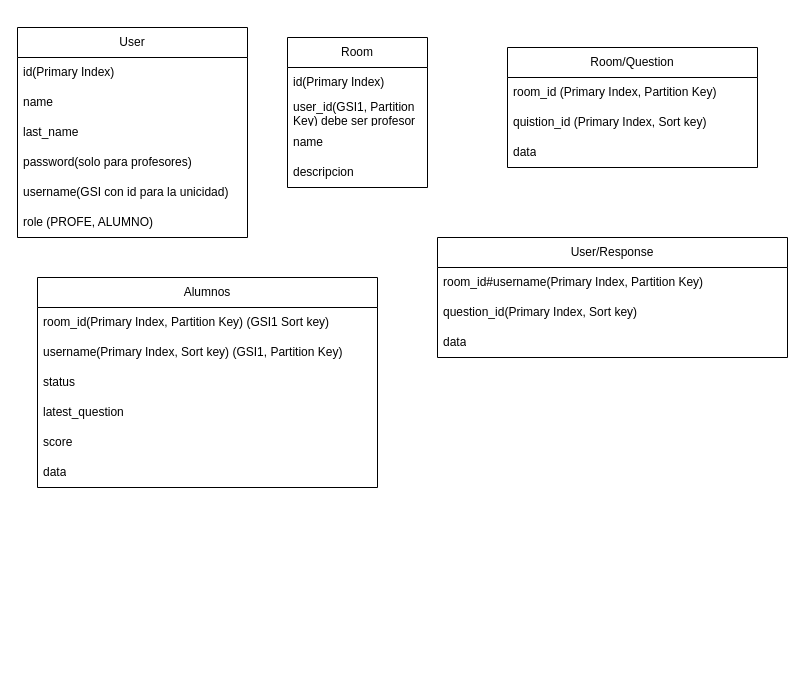
jhimyj/Aula360 keeps this draw.io diagram as page "Página-3" (4 of 5) of archivos_extras/ArquitecturaBack.drawio. Above is the earlier version. Source tidied: cells renumbered, new cells numbered last; positions are measured from the earlier drawing's top-left corner, leaving out a move shared by most shapes. Both pictures are drawn from the tidied source at 100%, with x=0, y=0 at pixel (17, 27).
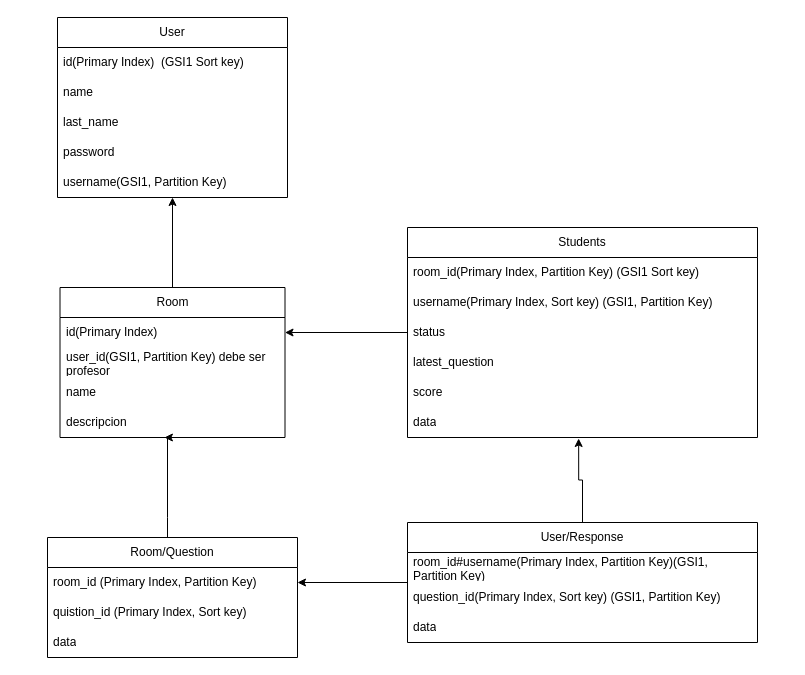
The same page after the edit.

What changed in the source:
```diff
@@
     <mxCell id="2" value="User" style="swimlane;fontStyle=0;horizontal=1;startSize=30;whiteSpace=wrap;html=1;" parent="1" vertex="1">
-      <mxGeometry width="230" height="210" as="geometry" />
+      <mxGeometry x="40" y="-10" width="230" height="180" as="geometry" />
     </mxCell>
-    <mxCell id="3" value="id(Primary Index)&amp;nbsp;" style="text;strokeColor=none;fillColor=none;align=left;verticalAlign=middle;spacingLeft=4;spacingRight=4;overflow=hidden;whiteSpace=wrap;html=1;" parent="2" vertex="1">
+    <mxCell id="3" value="id(Primary Index)&amp;nbsp;&amp;nbsp;(GSI1 Sort key)" style="text;strokeColor=none;fillColor=none;align=left;verticalAlign=middle;spacingLeft=4;spacingRight=4;overflow=hidden;whiteSpace=wrap;html=1;" parent="2" vertex="1">
       <mxGeometry y="30" width="230" height="30" as="geometry" />
     </mxCell>
@@
-    <mxCell id="6" value="password(solo para profesores)" style="text;strokeColor=none;fillColor=none;align=left;verticalAlign=middle;spacingLeft=4;spacingRight=4;overflow=hidden;whiteSpace=wrap;html=1;" parent="2" vertex="1">
+    <mxCell id="6" value="password" style="text;strokeColor=none;fillColor=none;align=left;verticalAlign=middle;spacingLeft=4;spacingRight=4;overflow=hidden;whiteSpace=wrap;html=1;" parent="2" vertex="1">
       <mxGeometry y="120" width="230" height="30" as="geometry" />
     </mxCell>
-    <mxCell id="7" value="username(GSI con id para la unicidad)" style="text;strokeColor=none;fillColor=none;align=left;verticalAlign=middle;spacingLeft=4;spacingRight=4;overflow=hidden;points=[[0,0.5],[1,0.5]];portConstraint=eastwest;whiteSpace=wrap;html=1;" parent="2" vertex="1">
+    <mxCell id="7" value="username(GSI1, Partition Key)" style="text;strokeColor=none;fillColor=none;align=left;verticalAlign=middle;spacingLeft=4;spacingRight=4;overflow=hidden;points=[[0,0.5],[1,0.5]];portConstraint=eastwest;whiteSpace=wrap;html=1;" parent="2" vertex="1">
       <mxGeometry y="150" width="230" height="30" as="geometry" />
     </mxCell>
-    <mxCell id="8" value="role (PROFE, ALUMNO)" style="text;strokeColor=none;fillColor=none;align=left;verticalAlign=middle;spacingLeft=4;spacingRight=4;overflow=hidden;whiteSpace=wrap;html=1;" parent="2" vertex="1">
-      <mxGeometry y="180" width="230" height="30" as="geometry" />
-    </mxCell>
     <mxCell id="9" value="Room" style="swimlane;fontStyle=0;horizontal=1;startSize=30;whiteSpace=wrap;html=1;" parent="1" vertex="1">
-      <mxGeometry x="270" y="10" width="140" height="150" as="geometry" />
+      <mxGeometry x="42.5" y="260" width="225" height="150" as="geometry" />
     </mxCell>
     <mxCell id="10" value="id(Primary Index)&amp;nbsp;" style="text;strokeColor=none;fillColor=none;align=left;verticalAlign=middle;spacingLeft=4;spacingRight=4;overflow=hidden;points=[[0,0.5],[1,0.5]];portConstraint=eastwest;whiteSpace=wrap;html=1;" parent="9" vertex="1">
-      <mxGeometry y="30" width="140" height="30" as="geometry" />
+      <mxGeometry y="30" width="225" height="30" as="geometry" />
     </mxCell>
     <mxCell id="11" value="user_id(GSI1, Partition Key) debe ser profesor" style="text;strokeColor=none;fillColor=none;align=left;verticalAlign=middle;spacingLeft=4;spacingRight=4;overflow=hidden;whiteSpace=wrap;html=1;" parent="9" vertex="1">
-      <mxGeometry y="60" width="140" height="30" as="geometry" />
+      <mxGeometry y="60" width="225" height="30" as="geometry" />
     </mxCell>
     <mxCell id="12" value="name" style="text;strokeColor=none;fillColor=none;align=left;verticalAlign=middle;spacingLeft=4;spacingRight=4;overflow=hidden;whiteSpace=wrap;html=1;" parent="9" vertex="1">
-      <mxGeometry y="90" width="140" height="30" as="geometry" />
+      <mxGeometry y="90" width="225" height="30" as="geometry" />
     </mxCell>
     <mxCell id="13" value="descripcion" style="text;strokeColor=none;fillColor=none;align=left;verticalAlign=middle;spacingLeft=4;spacingRight=4;overflow=hidden;points=[[0,0.5],[1,0.5]];portConstraint=eastwest;whiteSpace=wrap;html=1;" parent="9" vertex="1">
-      <mxGeometry y="120" width="140" height="30" as="geometry" />
+      <mxGeometry y="120" width="225" height="30" as="geometry" />
     </mxCell>
+    <mxCell id="21" value="Room/Question" style="swimlane;fontStyle=0;horizontal=1;startSize=30;whiteSpace=wrap;html=1;" parent="1" vertex="1">
+      <mxGeometry x="30" y="510" width="250" height="120" as="geometry" />
+    </mxCell>
+    <mxCell id="22" value="room_id (Primary Index, Partition Key)" style="text;strokeColor=none;fillColor=none;align=left;verticalAlign=middle;spacingLeft=4;spacingRight=4;overflow=hidden;points=[[0,0.5],[1,0.5]];portConstraint=eastwest;whiteSpace=wrap;html=1;" parent="21" vertex="1">
+      <mxGeometry y="30" width="250" height="30" as="geometry" />
+    </mxCell>
+    <mxCell id="23" value="quistion_id (Primary Index, Sort key)" style="text;strokeColor=none;fillColor=none;align=left;verticalAlign=middle;spacingLeft=4;spacingRight=4;overflow=hidden;whiteSpace=wrap;html=1;" parent="21" vertex="1">
+      <mxGeometry y="60" width="250" height="30" as="geometry" />
+    </mxCell>
+    <mxCell id="24" value="data" style="text;strokeColor=none;fillColor=none;align=left;verticalAlign=middle;spacingLeft=4;spacingRight=4;overflow=hidden;whiteSpace=wrap;html=1;" parent="21" vertex="1">
+      <mxGeometry y="90" width="250" height="30" as="geometry" />
+    </mxCell>
+    <mxCell id="29" style="edgeStyle=orthogonalEdgeStyle;rounded=0;jettySize=auto;html=1;entryX=1;entryY=0.5;entryDx=0;entryDy=0;" parent="1" edge="1" source="25" target="22">
+      <mxGeometry relative="1" as="geometry" />
+    </mxCell>
+    <mxCell id="25" value="User/Response" style="swimlane;fontStyle=0;horizontal=1;startSize=30;whiteSpace=wrap;html=1;" parent="1" vertex="1">
+      <mxGeometry x="390" y="495" width="350" height="120" as="geometry" />
+    </mxCell>
+    <mxCell id="26" value="room_id#username(Primary Index, Partition Key)(GSI1, Partition Key)" style="text;strokeColor=none;fillColor=none;align=left;verticalAlign=middle;spacingLeft=4;spacingRight=4;overflow=hidden;whiteSpace=wrap;html=1;" parent="25" vertex="1">
+      <mxGeometry y="30" width="350" height="30" as="geometry" />
+    </mxCell>
+    <mxCell id="27" value="question_id(Primary Index, Sort key) (GSI1, Partition Key)" style="text;strokeColor=none;fillColor=none;align=left;verticalAlign=middle;spacingLeft=4;spacingRight=4;overflow=hidden;whiteSpace=wrap;html=1;" parent="25" vertex="1">
+      <mxGeometry y="60" width="350" height="30" as="geometry" />
+    </mxCell>
+    <mxCell id="28" value="data" style="text;strokeColor=none;fillColor=none;align=left;verticalAlign=middle;spacingLeft=4;spacingRight=4;overflow=hidden;whiteSpace=wrap;html=1;" parent="25" vertex="1">
+      <mxGeometry y="90" width="350" height="30" as="geometry" />
+    </mxCell>
+    <mxCell id="30" style="edgeStyle=orthogonalEdgeStyle;rounded=0;jettySize=auto;html=1;entryX=0.5;entryY=1;entryDx=0;entryDy=0;entryPerimeter=0;" parent="1" edge="1" source="9" target="7">
+      <mxGeometry relative="1" as="geometry" />
+    </mxCell>
+    <mxCell id="31" style="edgeStyle=orthogonalEdgeStyle;rounded=0;jettySize=auto;html=1;entryX=1;entryY=0.5;entryDx=0;entryDy=0;" parent="1" edge="1" source="14" target="10">
+      <mxGeometry relative="1" as="geometry" />
+    </mxCell>
-    <mxCell id="14" value="Alumnos" style="swimlane;fontStyle=0;horizontal=1;startSize=30;whiteSpace=wrap;html=1;" parent="1" vertex="1">
-      <mxGeometry x="20" y="250" width="340" height="210" as="geometry" />
+    <mxCell id="14" value="Students" style="swimlane;fontStyle=0;horizontal=1;startSize=30;whiteSpace=wrap;html=1;" parent="1" vertex="1">
+      <mxGeometry x="390" y="200" width="350" height="210" as="geometry" />
     </mxCell>
     <mxCell id="15" value="room_id(Primary Index, Partition Key) (GSI1 Sort key)" style="text;strokeColor=none;fillColor=none;align=left;verticalAlign=middle;spacingLeft=4;spacingRight=4;overflow=hidden;whiteSpace=wrap;html=1;" parent="14" vertex="1">
-      <mxGeometry y="30" width="340" height="30" as="geometry" />
+      <mxGeometry y="30" width="350" height="30" as="geometry" />
     </mxCell>
     <mxCell id="16" value="username(Primary Index, Sort key) (GSI1, Partition Key)" style="text;strokeColor=none;fillColor=none;align=left;verticalAlign=middle;spacingLeft=4;spacingRight=4;overflow=hidden;whiteSpace=wrap;html=1;" parent="14" vertex="1">
-      <mxGeometry y="60" width="340" height="30" as="geometry" />
+      <mxGeometry y="60" width="350" height="30" as="geometry" />
     </mxCell>
     <mxCell id="17" value="status" style="text;strokeColor=none;fillColor=none;align=left;verticalAlign=middle;spacingLeft=4;spacingRight=4;overflow=hidden;whiteSpace=wrap;html=1;" parent="14" vertex="1">
-      <mxGeometry y="90" width="340" height="30" as="geometry" />
+      <mxGeometry y="90" width="350" height="30" as="geometry" />
     </mxCell>
     <mxCell id="18" value="latest_question" style="text;strokeColor=none;fillColor=none;align=left;verticalAlign=middle;spacingLeft=4;spacingRight=4;overflow=hidden;whiteSpace=wrap;html=1;" parent="14" vertex="1">
-      <mxGeometry y="120" width="340" height="30" as="geometry" />
+      <mxGeometry y="120" width="350" height="30" as="geometry" />
     </mxCell>
     <mxCell id="19" value="score" style="text;strokeColor=none;fillColor=none;align=left;verticalAlign=middle;spacingLeft=4;spacingRight=4;overflow=hidden;whiteSpace=wrap;html=1;" parent="14" vertex="1">
-      <mxGeometry y="150" width="340" height="30" as="geometry" />
+      <mxGeometry y="150" width="350" height="30" as="geometry" />
     </mxCell>
     <mxCell id="20" value="data" style="text;strokeColor=none;fillColor=none;align=left;verticalAlign=middle;spacingLeft=4;spacingRight=4;overflow=hidden;points=[[0,0.5],[1,0.5]];portConstraint=eastwest;whiteSpace=wrap;html=1;" parent="14" vertex="1">
-      <mxGeometry y="180" width="340" height="30" as="geometry" />
+      <mxGeometry y="180" width="350" height="30" as="geometry" />
     </mxCell>
-    <mxCell id="21" value="Room/Question" style="swimlane;fontStyle=0;horizontal=1;startSize=30;whiteSpace=wrap;html=1;" parent="1" vertex="1">
-      <mxGeometry x="490" y="20" width="250" height="120" as="geometry" />
-    </mxCell>
-    <mxCell id="22" value="room_id (Primary Index, Partition Key)" style="text;strokeColor=none;fillColor=none;align=left;verticalAlign=middle;spacingLeft=4;spacingRight=4;overflow=hidden;points=[[0,0.5],[1,0.5]];portConstraint=eastwest;whiteSpace=wrap;html=1;" parent="21" vertex="1">
-      <mxGeometry y="30" width="250" height="30" as="geometry" />
-    </mxCell>
-    <mxCell id="23" value="quistion_id (Primary Index, Sort key)" style="text;strokeColor=none;fillColor=none;align=left;verticalAlign=middle;spacingLeft=4;spacingRight=4;overflow=hidden;whiteSpace=wrap;html=1;" parent="21" vertex="1">
-      <mxGeometry y="60" width="250" height="30" as="geometry" />
-    </mxCell>
-    <mxCell id="24" value="data" style="text;strokeColor=none;fillColor=none;align=left;verticalAlign=middle;spacingLeft=4;spacingRight=4;overflow=hidden;whiteSpace=wrap;html=1;" parent="21" vertex="1">
-      <mxGeometry y="90" width="250" height="30" as="geometry" />
-    </mxCell>
-    <mxCell id="25" value="User/Response" style="swimlane;fontStyle=0;horizontal=1;startSize=30;whiteSpace=wrap;html=1;" parent="1" vertex="1">
-      <mxGeometry x="420" y="210" width="350" height="120" as="geometry" />
-    </mxCell>
-    <mxCell id="26" value="room_id#username(Primary Index, Partition Key)" style="text;strokeColor=none;fillColor=none;align=left;verticalAlign=middle;spacingLeft=4;spacingRight=4;overflow=hidden;whiteSpace=wrap;html=1;" parent="25" vertex="1">
-      <mxGeometry y="30" width="350" height="30" as="geometry" />
-    </mxCell>
-    <mxCell id="27" value="question_id(Primary Index, Sort key)" style="text;strokeColor=none;fillColor=none;align=left;verticalAlign=middle;spacingLeft=4;spacingRight=4;overflow=hidden;whiteSpace=wrap;html=1;" parent="25" vertex="1">
-      <mxGeometry y="60" width="350" height="30" as="geometry" />
-    </mxCell>
-    <mxCell id="28" value="data" style="text;strokeColor=none;fillColor=none;align=left;verticalAlign=middle;spacingLeft=4;spacingRight=4;overflow=hidden;whiteSpace=wrap;html=1;" parent="25" vertex="1">
-      <mxGeometry y="90" width="350" height="30" as="geometry" />
-    </mxCell>
+    <mxCell id="32" style="edgeStyle=orthogonalEdgeStyle;rounded=0;jettySize=auto;html=1;entryX=0.464;entryY=1;entryDx=0;entryDy=0;entryPerimeter=0;" parent="1" edge="1" source="21" target="13">
+      <mxGeometry relative="1" as="geometry">
+        <Array as="points">
+          <mxPoint x="150" y="490" />
+          <mxPoint x="150" y="490" />
+        </Array>
+      </mxGeometry>
+    </mxCell>
+    <mxCell id="33" style="edgeStyle=orthogonalEdgeStyle;rounded=0;jettySize=auto;html=1;entryX=0.489;entryY=1.033;entryDx=0;entryDy=0;entryPerimeter=0;" parent="1" edge="1" source="25" target="20">
+      <mxGeometry relative="1" as="geometry" />
+    </mxCell>
```
